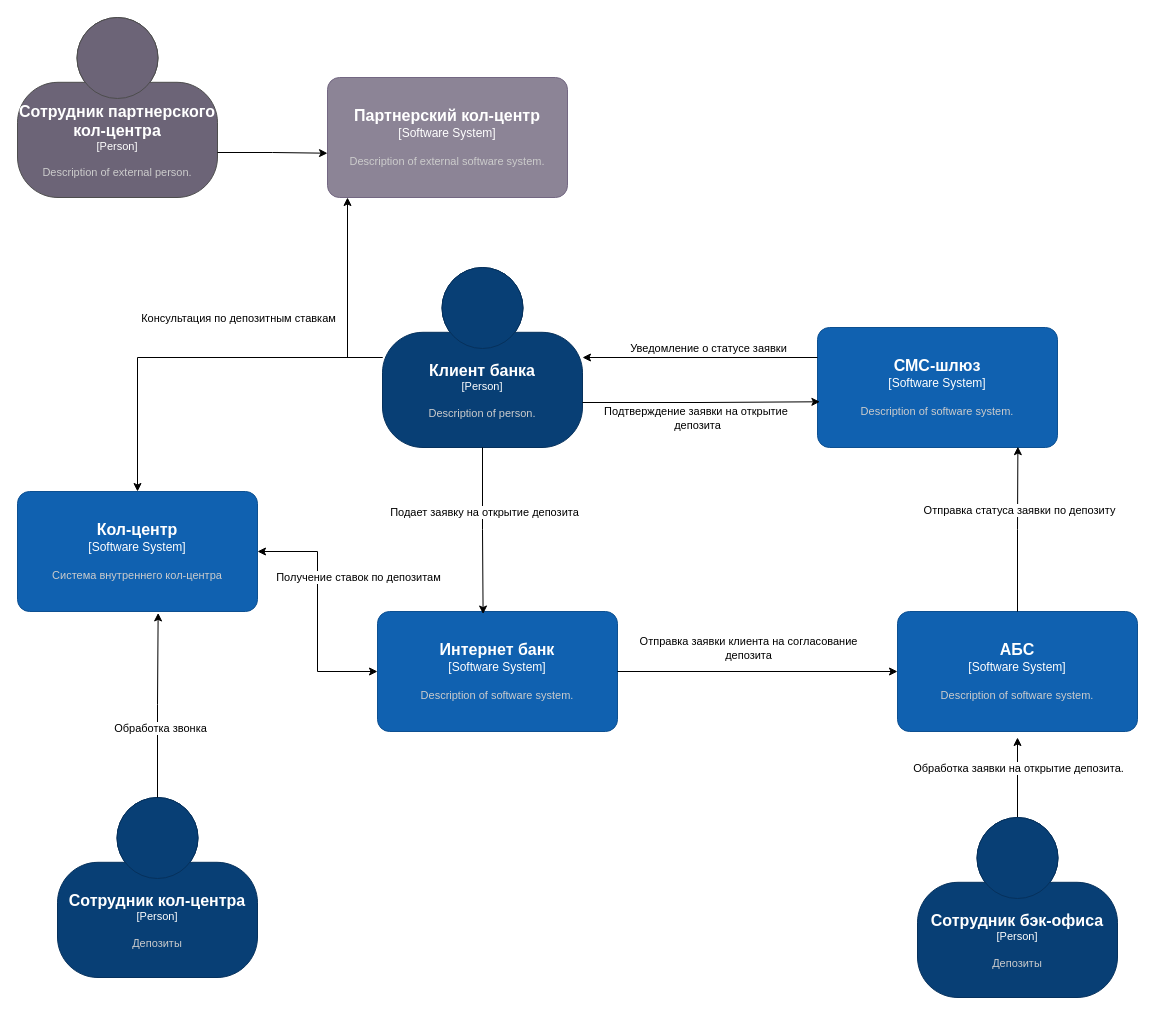
This is Task4/context_c4.drawio from matrosov-nikita/architecture-sprint-9, a draw.io file, before an edit. Source tidied: cells renumbered, new cells numbered last; positions are measured from the earlier drawing's top-left corner, leaving out a move shared by most shapes. Both pictures are drawn from the tidied source at 100%, with x=0, y=0 at pixel (17, 17).
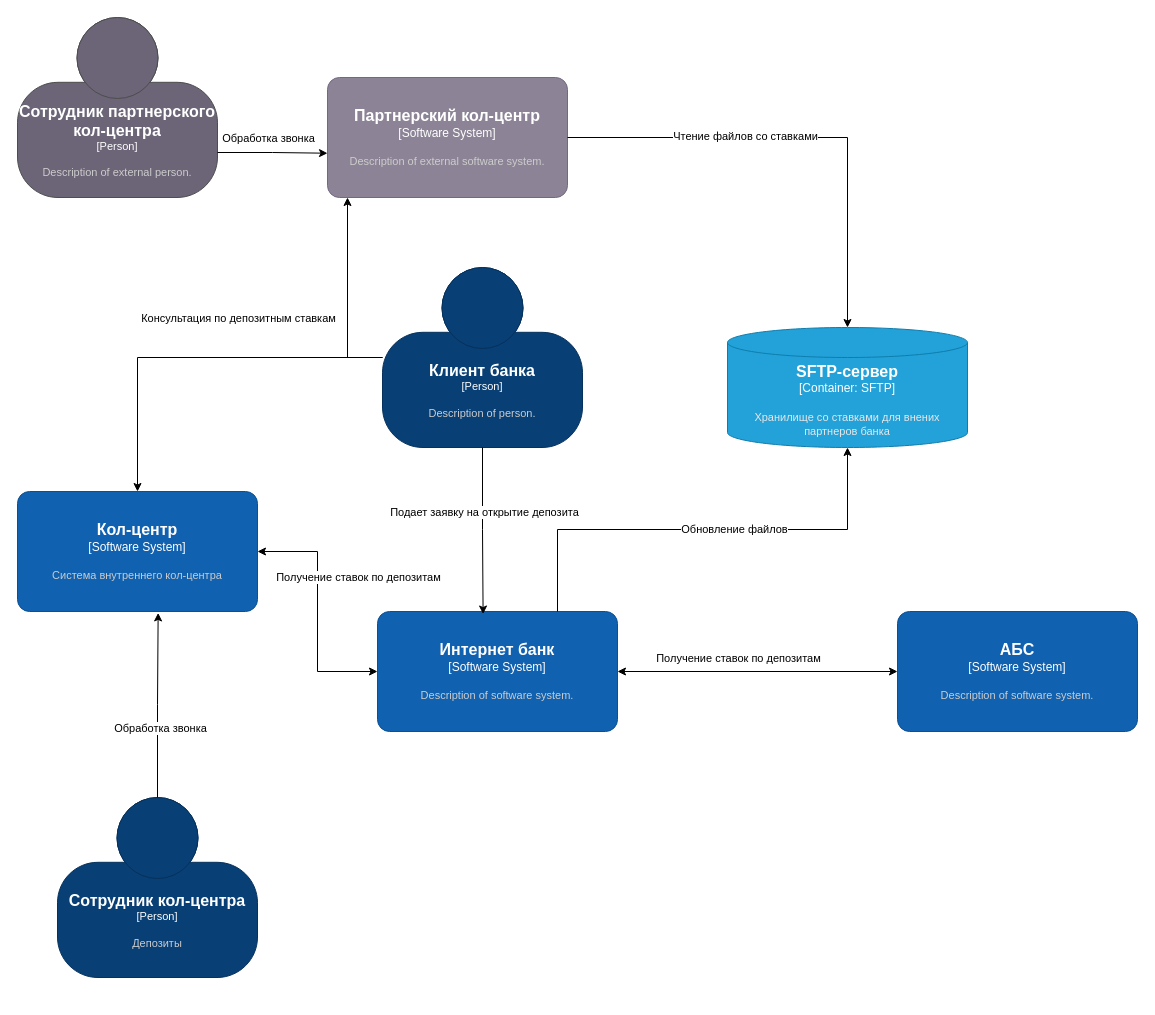
The same diagram, later.

The change refers to these unchanged cells:
```xml
<object id="2" label="&lt;font style=&quot;font-size: 16px&quot;&gt;&lt;b&gt;%c4Name%&lt;/b&gt;&lt;/font&gt;&lt;div&gt;[%c4Type%]&lt;/div&gt;&lt;br&gt;&lt;div&gt;&lt;font style=&quot;font-size: 11px&quot;&gt;&lt;font color=&quot;#cccccc&quot;&gt;%c4Description%&lt;/font&gt;&lt;/div&gt;" c4Description="Description of person." c4Name="Клиент банка" c4Type="Person" placeholders="1">
  <mxCell style="html=1;fontSize=11;dashed=0;whiteSpace=wrap;fillColor=#083F75;strokeColor=#06315C;fontColor=#ffffff;shape=mxgraph.c4.person2;align=center;points=[[0.5,0,0],[1,0.5,0],[1,0.75,0],[0.75,1,0],[0.5,1,0],[0.25,1,0],[0,0.75,0],[0,0.5,0]];" parent="1" vertex="1">
    <mxGeometry x="365" y="250" width="200" height="180" as="geometry" />
  </mxCell>
</object>
<object id="3" label="&lt;font style=&quot;font-size: 16px&quot;&gt;&lt;b&gt;%c4Name%&lt;/b&gt;&lt;/font&gt;&lt;div&gt;[%c4Type%]&lt;/div&gt;&lt;br&gt;&lt;div&gt;&lt;font style=&quot;font-size: 11px&quot;&gt;&lt;font color=&quot;#cccccc&quot;&gt;%c4Description%&lt;/font&gt;&lt;/div&gt;" c4Description="Description of software system." c4Name="Интернет банк" c4Type="Software System" placeholders="1">
  <mxCell style="rounded=1;whiteSpace=wrap;html=1;labelBackgroundColor=none;fillColor=#1061B0;fontColor=#ffffff;align=center;arcSize=10;strokeColor=#0D5091;points=[[0.25,0,0],[0.5,0,0],[0.75,0,0],[1,0.25,0],[1,0.5,0],[1,0.75,0],[0.75,1,0],[0.5,1,0],[0.25,1,0],[0,0.75,0],[0,0.5,0],[0,0.25,0]];" parent="1" vertex="1">
    <mxGeometry x="360" y="594" width="240" height="120" as="geometry" />
  </mxCell>
</object>
<object id="5" label="&lt;font style=&quot;font-size: 16px&quot;&gt;&lt;b&gt;%c4Name%&lt;/b&gt;&lt;/font&gt;&lt;div&gt;[%c4Type%]&lt;/div&gt;&lt;br&gt;&lt;div&gt;&lt;font style=&quot;font-size: 11px&quot;&gt;&lt;font color=&quot;#cccccc&quot;&gt;%c4Description%&lt;/font&gt;&lt;/div&gt;" c4Description="Description of software system." c4Name="АБС" c4Type="Software System" placeholders="1">
  <mxCell style="rounded=1;whiteSpace=wrap;html=1;labelBackgroundColor=none;fillColor=#1061B0;fontColor=#ffffff;align=center;arcSize=10;strokeColor=#0D5091;points=[[0.25,0,0],[0.5,0,0],[0.75,0,0],[1,0.25,0],[1,0.5,0],[1,0.75,0],[0.75,1,0],[0.5,1,0],[0.25,1,0],[0,0.75,0],[0,0.5,0],[0,0.25,0]];" parent="1" vertex="1">
    <mxGeometry x="880" y="594" width="240" height="120" as="geometry" />
  </mxCell>
</object>
<object id="26" label="&lt;font style=&quot;font-size: 16px&quot;&gt;&lt;b&gt;%c4Name%&lt;/b&gt;&lt;/font&gt;&lt;div&gt;[%c4Type%]&lt;/div&gt;&lt;br&gt;&lt;div&gt;&lt;font style=&quot;font-size: 11px&quot;&gt;&lt;font color=&quot;#cccccc&quot;&gt;%c4Description%&lt;/font&gt;&lt;/div&gt;" c4Description="Description of external software system." c4Name="Партнерский кол-центр" c4Type="Software System" placeholders="1">
  <mxCell style="rounded=1;whiteSpace=wrap;html=1;labelBackgroundColor=none;fillColor=#8C8496;fontColor=#ffffff;align=center;arcSize=10;strokeColor=#736782;points=[[0.25,0,0],[0.5,0,0],[0.75,0,0],[1,0.25,0],[1,0.5,0],[1,0.75,0],[0.75,1,0],[0.5,1,0],[0.25,1,0],[0,0.75,0],[0,0.5,0],[0,0.25,0]];" parent="1" vertex="1">
    <mxGeometry x="310" y="60" width="240" height="120" as="geometry" />
  </mxCell>
</object>
<mxCell id="30" style="edgeStyle=orthogonalEdgeStyle;rounded=0;jettySize=auto;html=1;exitX=1;exitY=0.75;exitDx=0;exitDy=0;exitPerimeter=0;entryX=0;entryY=0.631;entryDx=0;entryDy=0;entryPerimeter=0;" parent="1" edge="1" source="25" target="26">
  <mxGeometry relative="1" as="geometry" />
</mxCell>
```

What changed in the source:
```diff
@@
-    <object id="4" label="&lt;font style=&quot;font-size: 16px&quot;&gt;&lt;b&gt;%c4Name%&lt;/b&gt;&lt;/font&gt;&lt;div&gt;[%c4Type%]&lt;/div&gt;&lt;br&gt;&lt;div&gt;&lt;font style=&quot;font-size: 11px&quot;&gt;&lt;font color=&quot;#cccccc&quot;&gt;%c4Description%&lt;/font&gt;&lt;/div&gt;" c4Description="Description of software system." c4Name="СМС-шлюз" c4Type="Software System" placeholders="1">
-      <mxCell style="rounded=1;whiteSpace=wrap;html=1;labelBackgroundColor=none;fillColor=#1061B0;fontColor=#ffffff;align=center;arcSize=10;strokeColor=#0D5091;points=[[0.25,0,0],[0.5,0,0],[0.75,0,0],[1,0.25,0],[1,0.5,0],[1,0.75,0],[0.75,1,0],[0.5,1,0],[0.25,1,0],[0,0.75,0],[0,0.5,0],[0,0.25,0]];" parent="1" vertex="1">
-        <mxGeometry x="800" y="310" width="240" height="120" as="geometry" />
-      </mxCell>
-    </object>
@@
-    <mxCell id="8" style="edgeStyle=orthogonalEdgeStyle;rounded=0;jettySize=auto;html=1;exitX=1;exitY=0.75;exitDx=0;exitDy=0;exitPerimeter=0;entryX=0.01;entryY=0.619;entryDx=0;entryDy=0;entryPerimeter=0;" parent="1" edge="1" source="2" target="4">
-      <mxGeometry relative="1" as="geometry" />
-    </mxCell>
-    <mxCell id="9" value="Подтверждение заявки на открытие&amp;nbsp;&lt;br&gt;депозита" style="edgeLabel;html=1;align=center;verticalAlign=middle;" parent="8" vertex="1">
-      <mxGeometry x="-0.21" y="-2" relative="1" as="geometry">
-        <mxPoint x="20" y="13" as="offset" />
-      </mxGeometry>
-    </mxCell>
-    <mxCell id="10" style="edgeStyle=orthogonalEdgeStyle;rounded=0;jettySize=auto;html=1;" parent="1" edge="1" source="12">
-      <mxGeometry relative="1" as="geometry">
-        <mxPoint x="1000" y="720" as="targetPoint" />
-      </mxGeometry>
-    </mxCell>
-    <mxCell id="11" value="Обработка заявки на открытие депозита." style="edgeLabel;html=1;align=center;verticalAlign=middle;" parent="10" vertex="1">
-      <mxGeometry x="0.23" relative="1" as="geometry" />
-    </mxCell>
-    <object id="12" label="&lt;font style=&quot;font-size: 16px&quot;&gt;&lt;b&gt;%c4Name%&lt;/b&gt;&lt;/font&gt;&lt;div&gt;[%c4Type%]&lt;/div&gt;&lt;br&gt;&lt;div&gt;&lt;font style=&quot;font-size: 11px&quot;&gt;&lt;font color=&quot;#cccccc&quot;&gt;%c4Description%&lt;/font&gt;&lt;/div&gt;" c4Description="Депозиты" c4Name="Сотрудник бэк-офиса" c4Type="Person" placeholders="1">
-      <mxCell style="html=1;fontSize=11;dashed=0;whiteSpace=wrap;fillColor=#083F75;strokeColor=#06315C;fontColor=#ffffff;shape=mxgraph.c4.person2;align=center;points=[[0.5,0,0],[1,0.5,0],[1,0.75,0],[0.75,1,0],[0.5,1,0],[0.25,1,0],[0,0.75,0],[0,0.5,0]];" parent="1" vertex="1">
-        <mxGeometry x="900" y="800" width="200" height="180" as="geometry" />
-      </mxCell>
-    </object>
-    <mxCell id="13" style="edgeStyle=orthogonalEdgeStyle;rounded=0;jettySize=auto;html=1;entryX=0;entryY=0.5;entryDx=0;entryDy=0;entryPerimeter=0;" parent="1" edge="1" source="3" target="5">
+    <mxCell id="13" style="edgeStyle=orthogonalEdgeStyle;rounded=0;jettySize=auto;html=1;entryX=0;entryY=0.5;entryDx=0;entryDy=0;entryPerimeter=0;startArrow=classic;startFill=1;" parent="1" edge="1" source="3" target="5">
       <mxGeometry relative="1" as="geometry" />
     </mxCell>
-    <mxCell id="14" value="Отправка заявки клиента на согласование&lt;br&gt;депозита" style="edgeLabel;html=1;align=center;verticalAlign=middle;" parent="13" vertex="1">
-      <mxGeometry x="-0.23" y="1" relative="1" as="geometry">
-        <mxPoint x="22" y="-23" as="offset" />
-      </mxGeometry>
-    </mxCell>
-    <mxCell id="15" style="edgeStyle=orthogonalEdgeStyle;rounded=0;jettySize=auto;html=1;entryX=0.835;entryY=0.993;entryDx=0;entryDy=0;entryPerimeter=0;" parent="1" edge="1" source="5" target="4">
-      <mxGeometry relative="1" as="geometry" />
-    </mxCell>
-    <mxCell id="16" value="Отправка статуса заявки по депозиту" style="edgeLabel;html=1;align=center;verticalAlign=middle;" parent="15" vertex="1">
-      <mxGeometry x="0.24" y="-1" relative="1" as="geometry" />
-    </mxCell>
-    <mxCell id="17" style="edgeStyle=orthogonalEdgeStyle;rounded=0;jettySize=auto;html=1;exitX=0;exitY=0.25;exitDx=0;exitDy=0;exitPerimeter=0;entryX=1;entryY=0.5;entryDx=0;entryDy=0;entryPerimeter=0;" parent="1" edge="1" source="4" target="2">
-      <mxGeometry relative="1" as="geometry" />
-    </mxCell>
-    <mxCell id="18" value="Уведомление о статусе заявки" style="edgeLabel;html=1;align=center;verticalAlign=middle;" parent="17" vertex="1">
-      <mxGeometry x="-0.06" y="-3" relative="1" as="geometry">
-        <mxPoint y="-7" as="offset" />
-      </mxGeometry>
-    </mxCell>
+    <mxCell id="31" value="Получение ставок по депозитам" style="edgeLabel;html=1;align=center;verticalAlign=middle;" parent="13" vertex="1">
+      <mxGeometry x="-0.19" y="5" relative="1" as="geometry">
+        <mxPoint x="7" y="-9" as="offset" />
+      </mxGeometry>
+    </mxCell>
@@
+    <mxCell id="32" value="Обработка звонка" style="edgeLabel;html=1;align=center;verticalAlign=middle;" parent="30" vertex="1">
+      <mxGeometry x="-0.19" y="4" relative="1" as="geometry">
+        <mxPoint x="5" y="-11" as="offset" />
+      </mxGeometry>
+    </mxCell>
+    <object id="33" label="&lt;font style=&quot;font-size: 16px&quot;&gt;&lt;b&gt;%c4Name%&lt;/b&gt;&lt;/font&gt;&lt;div&gt;[%c4Type%:&amp;nbsp;%c4Technology%]&lt;/div&gt;&lt;br&gt;&lt;div&gt;&lt;font style=&quot;font-size: 11px&quot;&gt;&lt;font color=&quot;#E6E6E6&quot;&gt;%c4Description%&lt;/font&gt;&lt;/div&gt;" c4Description="Хранилище со ставками для внених партнеров банка" c4Name="SFTP-сервер" c4Technology="SFTP" c4Type="Container" placeholders="1">
+      <mxCell style="shape=cylinder3;size=15;whiteSpace=wrap;html=1;boundedLbl=1;rounded=0;labelBackgroundColor=none;fillColor=#23A2D9;fontSize=12;fontColor=#ffffff;align=center;strokeColor=#0E7DAD;points=[[0.5,0,0],[1,0.25,0],[1,0.5,0],[1,0.75,0],[0.5,1,0],[0,0.75,0],[0,0.5,0],[0,0.25,0]];" parent="1" vertex="1">
+        <mxGeometry x="710" y="310" width="240" height="120" as="geometry" />
+      </mxCell>
+    </object>
+    <mxCell id="34" style="edgeStyle=orthogonalEdgeStyle;rounded=0;jettySize=auto;html=1;exitX=0.75;exitY=0;exitDx=0;exitDy=0;exitPerimeter=0;entryX=0.5;entryY=1;entryDx=0;entryDy=0;entryPerimeter=0;" parent="1" edge="1" source="3" target="33">
+      <mxGeometry relative="1" as="geometry" />
+    </mxCell>
+    <mxCell id="35" value="Обновление файлов" style="edgeLabel;html=1;align=center;verticalAlign=middle;" parent="34" vertex="1">
+      <mxGeometry x="0.14" y="1" relative="1" as="geometry">
+        <mxPoint x="-1" as="offset" />
+      </mxGeometry>
+    </mxCell>
+    <mxCell id="36" style="edgeStyle=orthogonalEdgeStyle;rounded=0;jettySize=auto;html=1;entryX=0.5;entryY=0;entryDx=0;entryDy=0;entryPerimeter=0;" parent="1" edge="1" source="26" target="33">
+      <mxGeometry relative="1" as="geometry" />
+    </mxCell>
+    <mxCell id="37" value="Чтение файлов со ставками" style="edgeLabel;html=1;align=center;verticalAlign=middle;" parent="36" vertex="1">
+      <mxGeometry x="-0.25" y="2" relative="1" as="geometry">
+        <mxPoint x="1" as="offset" />
+      </mxGeometry>
+    </mxCell>
```
